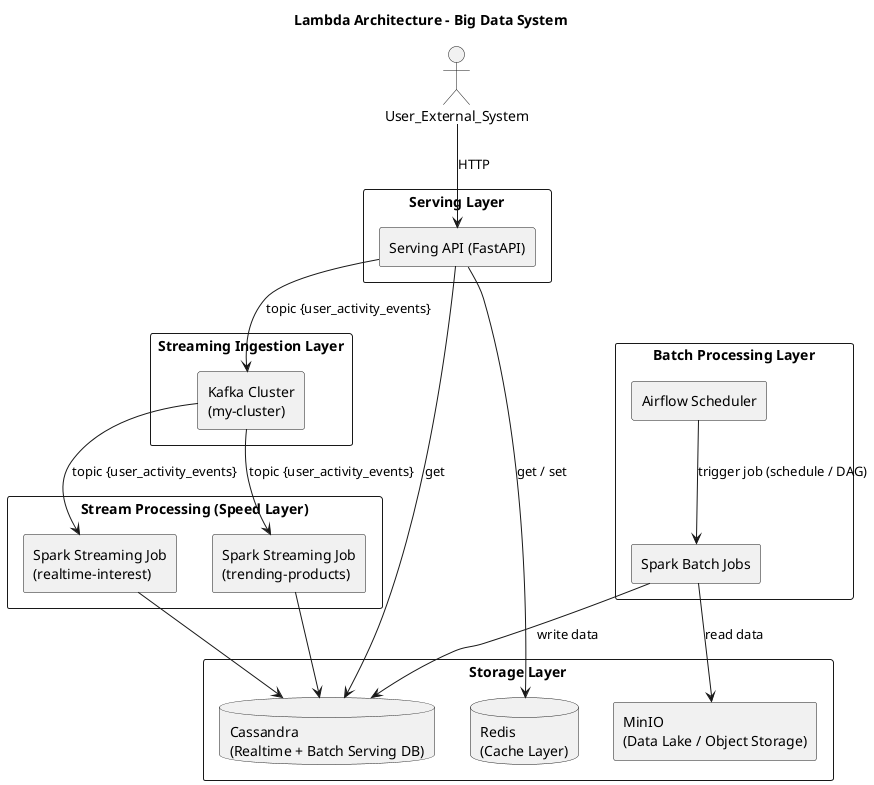
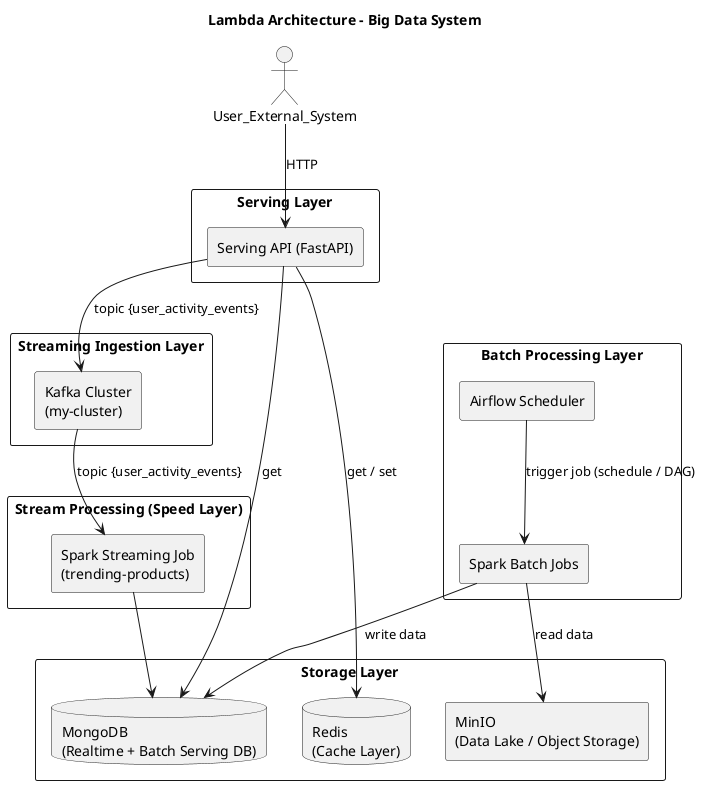
@startuml Big_Data
title Lambda Architecture - Big Data System

skinparam componentStyle rectangle

actor User_External_System

rectangle "Streaming Ingestion Layer" {
  component "Kafka Cluster\n(my-cluster)" as kafka
}

rectangle "Stream Processing (Speed Layer)" {
-   component "Spark Streaming Job\n(realtime-interest)" as spark1
  component "Spark Streaming Job\n(trending-products)" as spark2
}

rectangle "Batch Processing Layer" {
  component "Airflow Scheduler" as airflow
  component "Spark Batch Jobs" as sparkbatch
}

rectangle "Storage Layer" {
-   database "Cassandra\n(Realtime + Batch Serving DB)" as cassandra
+   database "MongoDB\n(Realtime + Batch Serving DB)" as MongoDB
  database "Redis\n(Cache Layer)" as redis
  component "MinIO\n(Data Lake / Object Storage)" as minio
}

rectangle "Serving Layer" {
  component "Serving API (FastAPI)" as api
}

' ===== FLOW =====
User_External_System --> api:HTTP


- kafka --> spark1: topic {user_activity_events}
kafka --> spark2: topic {user_activity_events}

- spark1 --> cassandra
- spark2 --> cassandra
+ spark2 --> MongoDB


- sparkbatch --> cassandra: write data
+ sparkbatch --> MongoDB: write data
sparkbatch --> minio: read data

airflow --> sparkbatch: trigger job (schedule / DAG)

api --> redis: get / set
- api --> cassandra: get
+ api --> MongoDB: get
api --> kafka: topic {user_activity_events}

@enduml